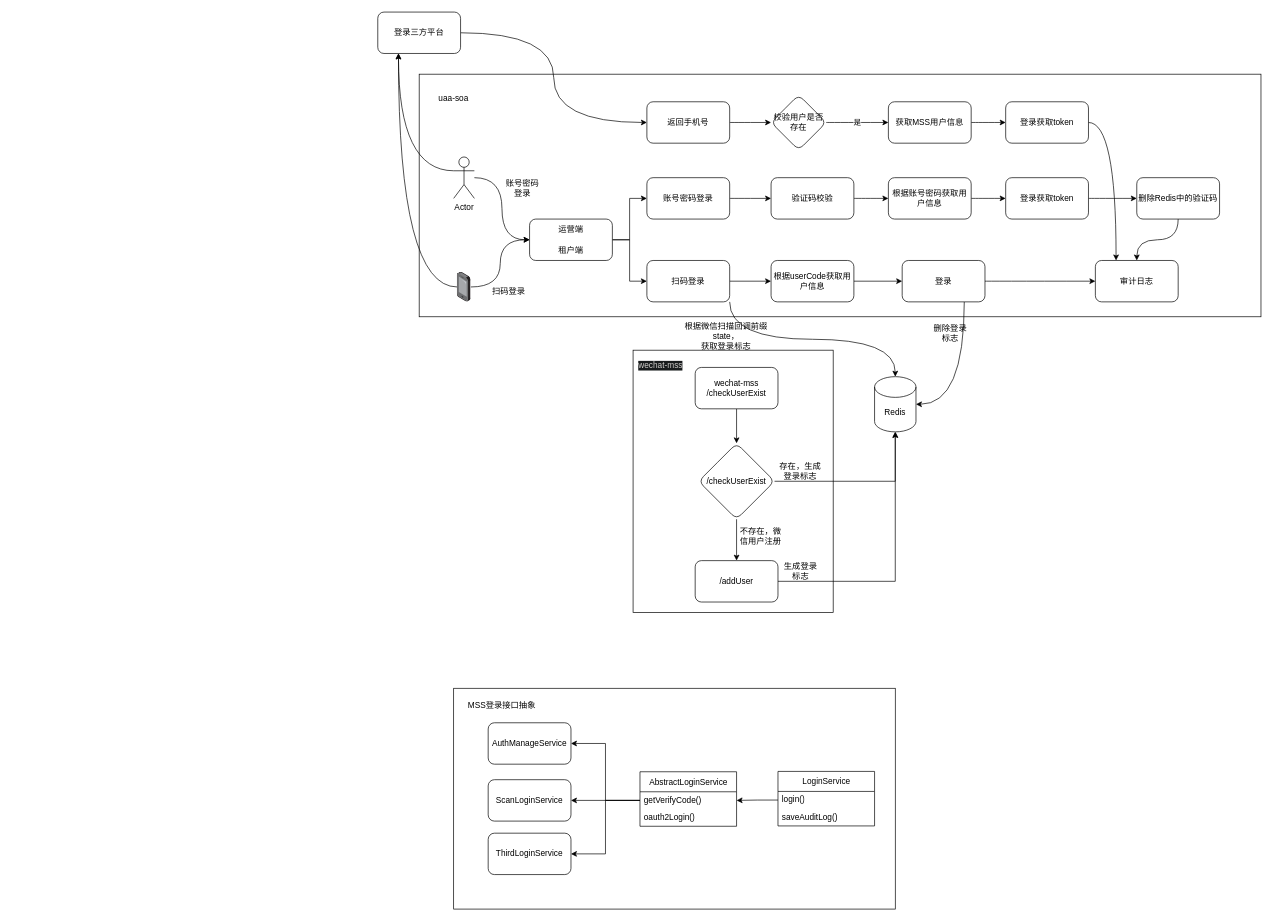
Before: ah-security/src/main/java/com/zhansc/ahsecurity/mss/mss登录认证.drawio in zhansc/worksheet, a draw.io diagram. Source tidied: cells renumbered, new cells numbered last; positions are measured from the earlier drawing's top-left corner, leaving out a move shared by most shapes. Both pictures are drawn from the tidied source at 69%, with x=0, y=0 at pixel (377, 12).
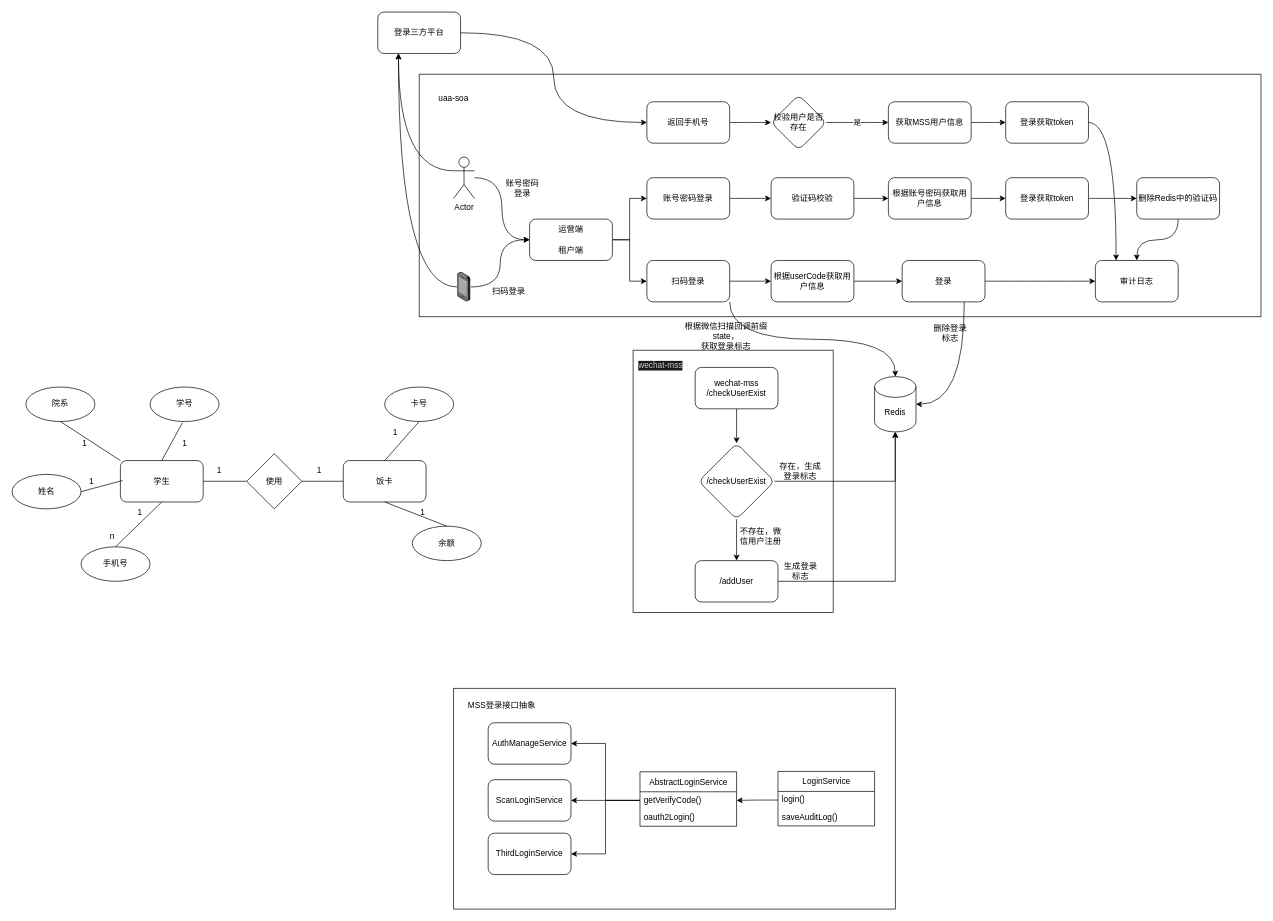
The same page after the edit.

Change to the diagram source:
```diff
@@
+    <mxCell id="76" value="学生" style="rounded=1;whiteSpace=wrap;html=1;" parent="1" vertex="1">
+      <mxGeometry x="-373" y="650" width="120" height="60" as="geometry" />
+    </mxCell>
+    <mxCell id="77" value="院系" style="ellipse;whiteSpace=wrap;html=1;" parent="1" vertex="1">
+      <mxGeometry x="-510" y="543.4" width="100" height="50" as="geometry" />
+    </mxCell>
+    <mxCell id="78" value="手机号" style="ellipse;whiteSpace=wrap;html=1;" parent="1" vertex="1">
+      <mxGeometry x="-430" y="775" width="100" height="50" as="geometry" />
+    </mxCell>
+    <mxCell id="79" value="学号" style="ellipse;whiteSpace=wrap;html=1;" parent="1" vertex="1">
+      <mxGeometry x="-330" y="543.4" width="100" height="50" as="geometry" />
+    </mxCell>
+    <mxCell id="80" value="姓名" style="ellipse;whiteSpace=wrap;html=1;" parent="1" vertex="1">
+      <mxGeometry x="-530" y="670" width="100" height="50" as="geometry" />
+    </mxCell>
+    <mxCell id="81" value="饭卡" style="rounded=1;whiteSpace=wrap;html=1;" parent="1" vertex="1">
+      <mxGeometry x="-50" y="650" width="120" height="60" as="geometry" />
+    </mxCell>
+    <mxCell id="82" value="卡号" style="ellipse;whiteSpace=wrap;html=1;" parent="1" vertex="1">
+      <mxGeometry x="10" y="543.4" width="100" height="50" as="geometry" />
+    </mxCell>
+    <mxCell id="83" value="余额" style="ellipse;whiteSpace=wrap;html=1;" parent="1" vertex="1">
+      <mxGeometry x="50" y="745" width="100" height="50" as="geometry" />
+    </mxCell>
+    <mxCell id="84" value="使用" style="rhombus;whiteSpace=wrap;html=1;" parent="1" vertex="1">
+      <mxGeometry x="-190" y="640" width="80" height="80" as="geometry" />
+    </mxCell>
+    <mxCell id="85" style="endArrow=none;html=1;rounded=0;entryX=0;entryY=0.5;entryDx=0;entryDy=0;exitX=1;exitY=0.5;exitDx=0;exitDy=0;" parent="1" edge="1" source="84" target="81">
+      <mxGeometry relative="1" as="geometry" />
+    </mxCell>
+    <mxCell id="86" style="endArrow=none;html=1;rounded=0;exitX=1;exitY=0.5;exitDx=0;exitDy=0;entryX=0;entryY=0.5;entryDx=0;entryDy=0;" parent="1" edge="1" source="76" target="84">
+      <mxGeometry relative="1" as="geometry" />
+    </mxCell>
+    <mxCell id="87" value="1" style="text;html=1;align=center;verticalAlign=middle;strokeColor=none;fillColor=none;" parent="1" vertex="1">
+      <mxGeometry x="-245" y="650" width="30" height="30" as="geometry" />
+    </mxCell>
+    <mxCell id="88" value="1" style="text;html=1;align=center;verticalAlign=middle;strokeColor=none;fillColor=none;" parent="1" vertex="1">
+      <mxGeometry x="-100" y="650" width="30" height="30" as="geometry" />
+    </mxCell>
+    <mxCell id="89" style="endArrow=none;html=1;rounded=0;entryX=0.025;entryY=0.483;entryDx=0;entryDy=0;exitX=1;exitY=0.5;exitDx=0;exitDy=0;entryPerimeter=0;" parent="1" edge="1" source="80" target="76">
+      <mxGeometry relative="1" as="geometry" />
+    </mxCell>
+    <mxCell id="90" value="1" style="text;html=1;align=center;verticalAlign=middle;strokeColor=none;fillColor=none;" parent="1" vertex="1">
+      <mxGeometry x="-430" y="665" width="30" height="30" as="geometry" />
+    </mxCell>
+    <mxCell id="91" style="endArrow=none;html=1;rounded=0;entryX=0.5;entryY=1;entryDx=0;entryDy=0;exitX=0.5;exitY=0;exitDx=0;exitDy=0;" parent="1" edge="1" source="78" target="76">
+      <mxGeometry relative="1" as="geometry" />
+    </mxCell>
+    <mxCell id="92" value="1" style="text;html=1;align=center;verticalAlign=middle;strokeColor=none;fillColor=none;" parent="1" vertex="1">
+      <mxGeometry x="-360" y="710" width="30" height="30" as="geometry" />
+    </mxCell>
+    <mxCell id="93" value="n" style="text;html=1;align=center;verticalAlign=middle;strokeColor=none;fillColor=none;" parent="1" vertex="1">
+      <mxGeometry x="-400" y="745" width="30" height="30" as="geometry" />
+    </mxCell>
+    <mxCell id="94" style="endArrow=none;html=1;rounded=0;entryX=0.567;entryY=0.053;entryDx=0;entryDy=0;exitX=0.5;exitY=0;exitDx=0;exitDy=0;entryPerimeter=0;" parent="1" edge="1" source="76">
+      <mxGeometry relative="1" as="geometry">
+        <mxPoint x="-283" y="595" as="targetPoint" />
+      </mxGeometry>
+    </mxCell>
+    <mxCell id="95" value="1" style="text;html=1;align=center;verticalAlign=middle;strokeColor=none;fillColor=none;" parent="1" vertex="1">
+      <mxGeometry x="-295" y="610" width="30" height="30" as="geometry" />
+    </mxCell>
+    <mxCell id="96" style="endArrow=none;html=1;rounded=0;entryX=0.5;entryY=1;entryDx=0;entryDy=0;exitX=0;exitY=0;exitDx=0;exitDy=0;" parent="1" edge="1" source="76" target="77">
+      <mxGeometry relative="1" as="geometry" />
+    </mxCell>
+    <mxCell id="97" value="1" style="text;html=1;align=center;verticalAlign=middle;strokeColor=none;fillColor=none;" parent="1" vertex="1">
+      <mxGeometry x="-440" y="610" width="30" height="30" as="geometry" />
+    </mxCell>
+    <mxCell id="98" style="endArrow=none;html=1;rounded=0;entryX=0.5;entryY=1;entryDx=0;entryDy=0;exitX=0.5;exitY=0;exitDx=0;exitDy=0;" parent="1" edge="1" source="81" target="82">
+      <mxGeometry relative="1" as="geometry" />
+    </mxCell>
+    <mxCell id="99" value="1" style="text;html=1;align=center;verticalAlign=middle;strokeColor=none;fillColor=none;" parent="1" vertex="1">
+      <mxGeometry x="10" y="595" width="30" height="30" as="geometry" />
+    </mxCell>
+    <mxCell id="100" style="endArrow=none;html=1;rounded=0;entryX=0.5;entryY=0;entryDx=0;entryDy=0;exitX=0.5;exitY=1;exitDx=0;exitDy=0;" parent="1" edge="1" source="81" target="83">
+      <mxGeometry relative="1" as="geometry" />
+    </mxCell>
+    <mxCell id="101" value="1" style="text;html=1;align=center;verticalAlign=middle;strokeColor=none;fillColor=none;" parent="1" vertex="1">
+      <mxGeometry x="50" y="710" width="30" height="30" as="geometry" />
+    </mxCell>
```
